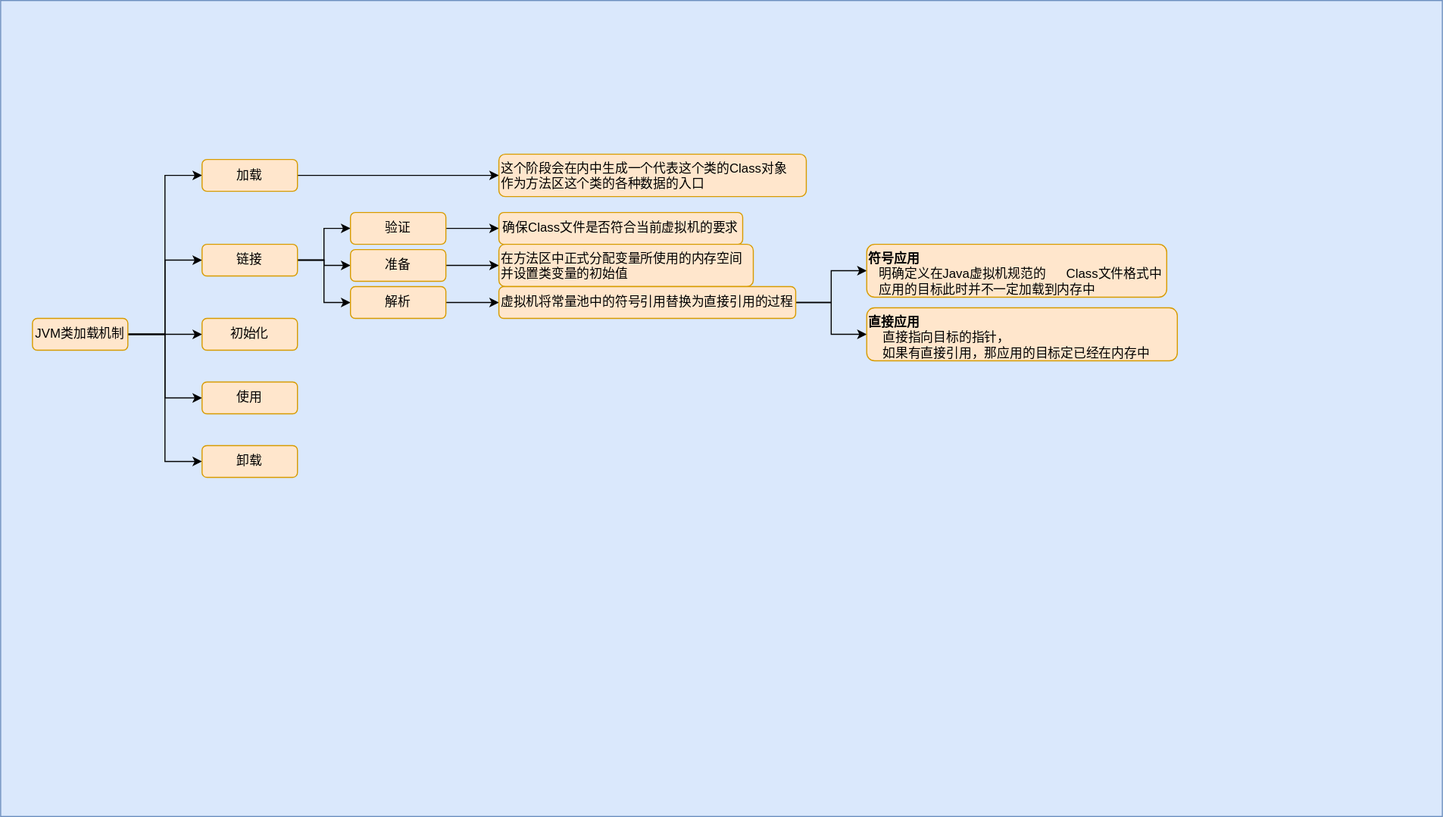
Earlier version of the draw.io export java/JVM 类加载机制.svg (lore-study/java-picture-bed). Source tidied: cells renumbered, new cells last; positions are measured from the earlier drawing's top-left corner, leaving out a move shared by most shapes.
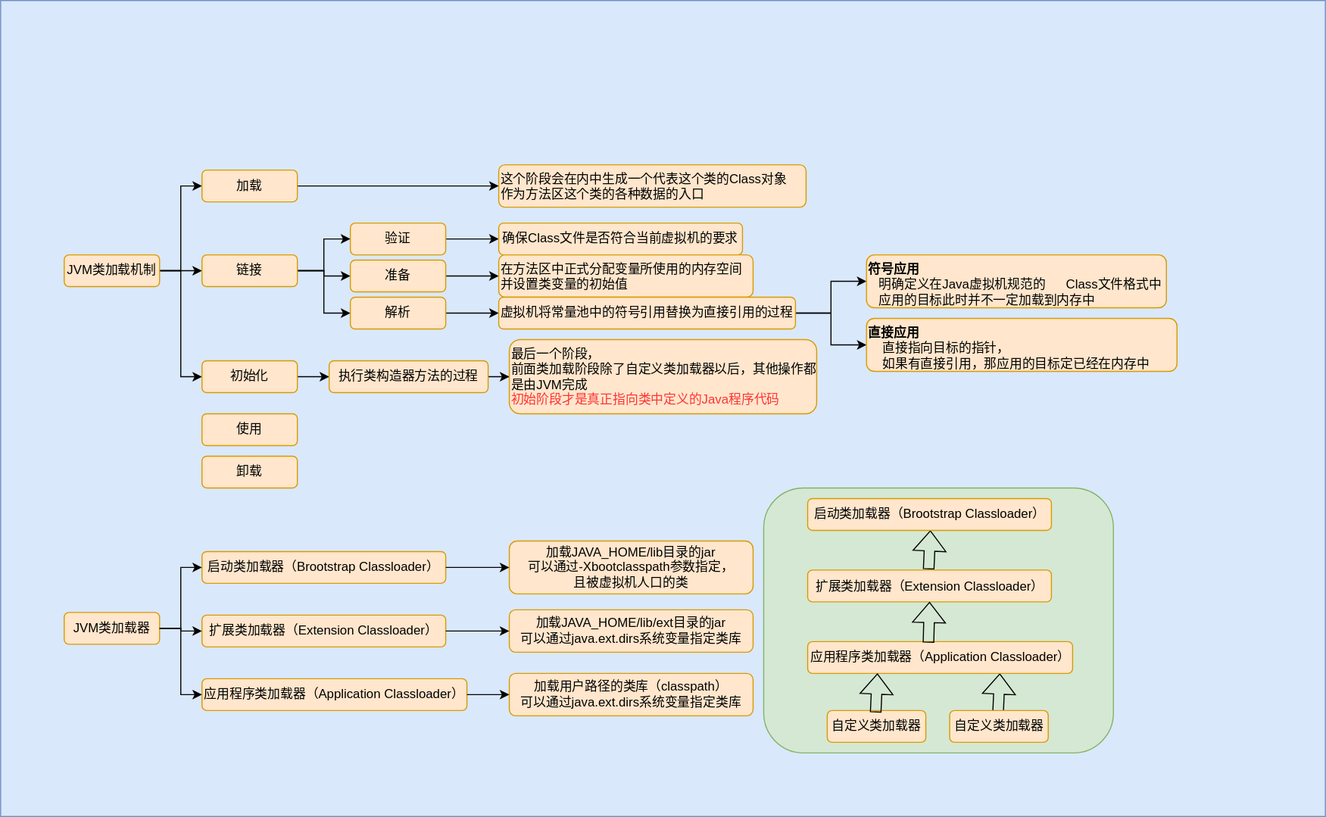
Later version of the same file.

Commit message:
更新JVM 类加载机制.svg

Change to the diagram source:
```diff
@@ -3,8 +3,11 @@
     <mxCell id="0" />
     <mxCell id="1" parent="0" />
     <mxCell id="2" style="rounded=0;whiteSpace=wrap;html=1;fillColor=#dae8fc;strokeColor=#6c8ebf;verticalAlign=top;" parent="1" vertex="1">
-      <mxGeometry width="1360" height="770" as="geometry" />
+      <mxGeometry y="-10" width="1250" height="770" as="geometry" />
     </mxCell>
+    <mxCell id="32" style="rounded=1;whiteSpace=wrap;html=1;fillColor=#d5e8d4;strokeColor=#82b366;" parent="1" vertex="1">
+      <mxGeometry x="720" y="450" width="330" height="250" as="geometry" />
+    </mxCell>
     <mxCell id="3" style="edgeStyle=orthogonalEdgeStyle;rounded=0;jettySize=auto;html=1;entryX=0;entryY=0.5;entryDx=0;entryDy=0;" parent="1" edge="1" source="8" target="12">
       <mxGeometry relative="1" as="geometry" />
     </mxCell>
@@ -14,14 +17,8 @@
     <mxCell id="5" style="edgeStyle=orthogonalEdgeStyle;rounded=0;jettySize=auto;html=1;entryX=0;entryY=0.5;entryDx=0;entryDy=0;" parent="1" edge="1" source="8" target="15">
       <mxGeometry relative="1" as="geometry" />
     </mxCell>
-    <mxCell id="6" style="edgeStyle=orthogonalEdgeStyle;rounded=0;jettySize=auto;html=1;entryX=0;entryY=0.5;entryDx=0;entryDy=0;" parent="1" edge="1" source="8" target="16">
-      <mxGeometry relative="1" as="geometry" />
-    </mxCell>
-    <mxCell id="7" style="edgeStyle=orthogonalEdgeStyle;rounded=0;jettySize=auto;html=1;entryX=0;entryY=0.5;entryDx=0;entryDy=0;" parent="1" edge="1" source="8" target="17">
-      <mxGeometry relative="1" as="geometry" />
-    </mxCell>
     <mxCell id="8" value="JVM类加载机制" style="rounded=1;whiteSpace=wrap;html=1;fillColor=#ffe6cc;strokeColor=#d79b00;" parent="1" vertex="1">
-      <mxGeometry x="30" y="300" width="90" height="30" as="geometry" />
+      <mxGeometry x="60" y="230" width="90" height="30" as="geometry" />
     </mxCell>
     <mxCell id="9" style="edgeStyle=orthogonalEdgeStyle;rounded=0;jettySize=auto;html=1;entryX=0;entryY=0.5;entryDx=0;entryDy=0;" parent="1" edge="1" source="12" target="19">
       <mxGeometry relative="1" as="geometry" />
@@ -35,8 +32,14 @@
     <mxCell id="12" value="链接" style="rounded=1;whiteSpace=wrap;html=1;fillColor=#ffe6cc;strokeColor=#d79b00;" parent="1" vertex="1">
       <mxGeometry x="190" y="230" width="90" height="30" as="geometry" />
     </mxCell>
+    <mxCell id="33" style="edgeStyle=orthogonalEdgeStyle;rounded=0;jettySize=auto;html=1;exitX=1;exitY=0.5;exitDx=0;exitDy=0;" parent="1" edge="1" source="36" target="35">
+      <mxGeometry relative="1" as="geometry" />
+    </mxCell>
+    <mxCell id="34" style="edgeStyle=orthogonalEdgeStyle;rounded=0;jettySize=auto;html=1;fontColor=#FF3333;" parent="1" edge="1" source="13" target="36">
+      <mxGeometry relative="1" as="geometry" />
+    </mxCell>
     <mxCell id="13" value="初始化" style="rounded=1;whiteSpace=wrap;html=1;fillColor=#ffe6cc;strokeColor=#d79b00;" parent="1" vertex="1">
-      <mxGeometry x="190" y="300" width="90" height="30" as="geometry" />
+      <mxGeometry x="190" y="330" width="90" height="30" as="geometry" />
     </mxCell>
     <mxCell id="14" style="edgeStyle=orthogonalEdgeStyle;rounded=0;jettySize=auto;html=1;" parent="1" edge="1" source="15" target="24">
       <mxGeometry relative="1" as="geometry" />
@@ -45,7 +48,7 @@
       <mxGeometry x="190" y="150" width="90" height="30" as="geometry" />
     </mxCell>
     <mxCell id="16" value="使用" style="rounded=1;whiteSpace=wrap;html=1;fillColor=#ffe6cc;strokeColor=#d79b00;" parent="1" vertex="1">
-      <mxGeometry x="190" y="360" width="90" height="30" as="geometry" />
+      <mxGeometry x="190" y="380" width="90" height="30" as="geometry" />
     </mxCell>
     <mxCell id="17" value="卸载" style="rounded=1;whiteSpace=wrap;html=1;fillColor=#ffe6cc;strokeColor=#d79b00;" parent="1" vertex="1">
       <mxGeometry x="190" y="420" width="90" height="30" as="geometry" />
@@ -92,5 +95,95 @@
     <mxCell id="31" value="&lt;b&gt;直接应用&lt;/b&gt;&lt;br&gt;&amp;nbsp; &amp;nbsp; 直接指向目标的指针，&lt;br&gt;&amp;nbsp; &amp;nbsp; 如果有直接引用，那应用的目标定已经在内存中" style="rounded=1;whiteSpace=wrap;html=1;fillColor=#ffe6cc;strokeColor=#d79b00;align=left;verticalAlign=top;" parent="1" vertex="1">
       <mxGeometry x="817" y="290" width="293" height="50" as="geometry" />
     </mxCell>
+    <mxCell id="35" value="最后一个阶段，&lt;br&gt;前面类加载阶段除了自定义类加载器以后，其他操作都是由JVM完成&lt;br&gt;&lt;font color=&quot;#ff3333&quot;&gt;初始阶段才是真正指向类中定义的Java程序代码&lt;/font&gt;" style="rounded=1;whiteSpace=wrap;html=1;fillColor=#ffe6cc;strokeColor=#d79b00;align=left;verticalAlign=top;" parent="1" vertex="1">
+      <mxGeometry x="480" y="310" width="290" height="70" as="geometry" />
+    </mxCell>
+    <mxCell id="36" value="执行类构造器方法的过程" style="rounded=1;whiteSpace=wrap;html=1;fillColor=#ffe6cc;strokeColor=#d79b00;" parent="1" vertex="1">
+      <mxGeometry x="310" y="330" width="150" height="30" as="geometry" />
+    </mxCell>
+    <mxCell id="37" style="group;" parent="1" vertex="1">
+      <mxGeometry x="20" y="500" width="730" height="165" as="geometry" />
+    </mxCell>
+    <mxCell id="38" value="JVM类加载器" style="rounded=1;whiteSpace=wrap;html=1;fillColor=#ffe6cc;strokeColor=#d79b00;" parent="37" vertex="1">
+      <mxGeometry x="40" y="67.5" width="90" height="30" as="geometry" />
+    </mxCell>
+    <mxCell id="39" value="启动类加载器（Brootstrap Classloader）" style="rounded=1;whiteSpace=wrap;html=1;fillColor=#ffe6cc;strokeColor=#d79b00;" parent="37" vertex="1">
+      <mxGeometry x="170" y="10" width="230" height="30" as="geometry" />
+    </mxCell>
+    <mxCell id="40" value="扩展类加载器（Extension Classloader）" style="rounded=1;whiteSpace=wrap;html=1;fillColor=#ffe6cc;strokeColor=#d79b00;" parent="37" vertex="1">
+      <mxGeometry x="170" y="70" width="230" height="30" as="geometry" />
+    </mxCell>
+    <mxCell id="41" value="应用程序类加载器（Application Classloader）" style="rounded=1;whiteSpace=wrap;html=1;fillColor=#ffe6cc;strokeColor=#d79b00;" parent="37" vertex="1">
+      <mxGeometry x="170" y="130" width="250" height="30" as="geometry" />
+    </mxCell>
+    <mxCell id="42" value="加载JAVA_HOME/lib目录的jar&lt;br&gt;可以通过-Xbootclasspath参数指定，&lt;br&gt;且被虚拟机人口的类" style="rounded=1;whiteSpace=wrap;html=1;fillColor=#ffe6cc;strokeColor=#d79b00;" parent="37" vertex="1">
+      <mxGeometry x="460" width="230" height="50" as="geometry" />
+    </mxCell>
+    <mxCell id="43" value="加载JAVA_HOME/lib/ext目录的jar&lt;br&gt;可以通过java.ext.dirs系统变量指定类库" style="rounded=1;whiteSpace=wrap;html=1;fillColor=#ffe6cc;strokeColor=#d79b00;" parent="37" vertex="1">
+      <mxGeometry x="460" y="65" width="230" height="40" as="geometry" />
+    </mxCell>
+    <mxCell id="44" value="加载用户路径的类库（classpath）&lt;br&gt;可以通过java.ext.dirs系统变量指定类库" style="rounded=1;whiteSpace=wrap;html=1;fillColor=#ffe6cc;strokeColor=#d79b00;" parent="37" vertex="1">
+      <mxGeometry x="460" y="125" width="230" height="40" as="geometry" />
+    </mxCell>
+    <mxCell id="45" style="edgeStyle=orthogonalEdgeStyle;rounded=0;jettySize=auto;html=1;fontColor=#FF3333;entryX=0;entryY=0.5;entryDx=0;entryDy=0;" parent="37" edge="1" source="38" target="39">
+      <mxGeometry relative="1" as="geometry" />
+    </mxCell>
+    <mxCell id="46" style="edgeStyle=orthogonalEdgeStyle;rounded=0;jettySize=auto;html=1;fontColor=#FF3333;entryX=0;entryY=0.5;entryDx=0;entryDy=0;" parent="37" edge="1" source="38" target="40">
+      <mxGeometry relative="1" as="geometry" />
+    </mxCell>
+    <mxCell id="47" style="edgeStyle=orthogonalEdgeStyle;rounded=0;jettySize=auto;html=1;fontColor=#FF3333;entryX=0;entryY=0.5;entryDx=0;entryDy=0;" parent="37" edge="1" source="38" target="41">
+      <mxGeometry relative="1" as="geometry" />
+    </mxCell>
+    <mxCell id="48" style="edgeStyle=orthogonalEdgeStyle;rounded=0;jettySize=auto;html=1;fontColor=#FF3333;" parent="37" edge="1" source="39" target="42">
+      <mxGeometry relative="1" as="geometry" />
+    </mxCell>
+    <mxCell id="49" style="edgeStyle=orthogonalEdgeStyle;rounded=0;jettySize=auto;html=1;fontColor=#FF3333;" parent="37" edge="1" source="40" target="43">
+      <mxGeometry relative="1" as="geometry" />
+    </mxCell>
+    <mxCell id="50" style="edgeStyle=orthogonalEdgeStyle;rounded=0;jettySize=auto;html=1;fontColor=#FF3333;" parent="37" edge="1" source="41" target="44">
+      <mxGeometry relative="1" as="geometry" />
+    </mxCell>
+    <mxCell id="51" style="group;" parent="1" vertex="1">
+      <mxGeometry x="730" y="430" width="341.5" height="260" as="geometry" />
+    </mxCell>
+    <mxCell id="52" style="group;" parent="51" vertex="1">
+      <mxGeometry y="20" width="341.5" height="260" as="geometry" />
+    </mxCell>
+    <mxCell id="53" style="shape=flexArrow;endArrow=classic;html=1;rounded=0;fontColor=#FF3333;entryX=0.152;entryY=1.007;entryDx=0;entryDy=0;entryPerimeter=0;exitX=0.391;exitY=0.067;exitDx=0;exitDy=0;exitPerimeter=0;" parent="52" edge="1">
+      <mxGeometry relative="1" as="geometry">
+        <mxPoint x="211.2" y="211.8" as="sourcePoint" />
+        <mxPoint x="212.8" y="175" as="targetPoint" />
+      </mxGeometry>
+    </mxCell>
+    <mxCell id="54" style="shape=flexArrow;endArrow=classic;html=1;rounded=0;fontColor=#FF3333;entryX=0.152;entryY=1.007;entryDx=0;entryDy=0;entryPerimeter=0;exitX=0.391;exitY=0.067;exitDx=0;exitDy=0;exitPerimeter=0;" parent="52" edge="1">
+      <mxGeometry relative="1" as="geometry">
+        <mxPoint x="145.7" y="76.8" as="sourcePoint" />
+        <mxPoint x="147.3" y="40" as="targetPoint" />
+      </mxGeometry>
+    </mxCell>
+    <mxCell id="55" value="启动类加载器（Brootstrap Classloader）" style="rounded=1;whiteSpace=wrap;html=1;fillColor=#ffe6cc;strokeColor=#d79b00;" parent="52" vertex="1">
+      <mxGeometry x="31.5" y="10" width="230" height="30" as="geometry" />
+    </mxCell>
+    <mxCell id="56" value="扩展类加载器（Extension Classloader）" style="rounded=1;whiteSpace=wrap;html=1;fillColor=#ffe6cc;strokeColor=#d79b00;" parent="52" vertex="1">
+      <mxGeometry x="31.5" y="77.5" width="230" height="30" as="geometry" />
+    </mxCell>
+    <mxCell id="57" value="应用程序类加载器（Application Classloader）" style="rounded=1;whiteSpace=wrap;html=1;fillColor=#ffe6cc;strokeColor=#d79b00;" parent="52" vertex="1">
+      <mxGeometry x="31.5" y="145" width="250" height="30" as="geometry" />
+    </mxCell>
+    <mxCell id="58" style="shape=flexArrow;endArrow=classic;html=1;rounded=0;fontColor=#FF3333;entryX=0.5;entryY=1;entryDx=0;entryDy=0;exitX=0.456;exitY=0.033;exitDx=0;exitDy=0;exitPerimeter=0;" parent="52" edge="1" source="57" target="56">
+      <mxGeometry relative="1" as="geometry" />
+    </mxCell>
+    <mxCell id="59" value="自定义类加载器" style="rounded=1;whiteSpace=wrap;html=1;fillColor=#ffe6cc;strokeColor=#d79b00;" parent="52" vertex="1">
+      <mxGeometry x="50" y="210" width="93" height="30" as="geometry" />
+    </mxCell>
+    <mxCell id="60" value="自定义类加载器" style="rounded=1;whiteSpace=wrap;html=1;fillColor=#ffe6cc;strokeColor=#d79b00;" parent="52" vertex="1">
+      <mxGeometry x="165.5" y="210" width="93" height="30" as="geometry" />
+    </mxCell>
+    <mxCell id="61" style="shape=flexArrow;endArrow=classic;html=1;rounded=0;fontColor=#FF3333;entryX=0.152;entryY=1.007;entryDx=0;entryDy=0;entryPerimeter=0;exitX=0.391;exitY=0.067;exitDx=0;exitDy=0;exitPerimeter=0;" parent="52" edge="1">
+      <mxGeometry relative="1" as="geometry">
+        <mxPoint x="95.7" y="211.8" as="sourcePoint" />
+        <mxPoint x="97.3" y="175" as="targetPoint" />
+      </mxGeometry>
+    </mxCell>
   </root>
 </mxGraphModel>
```
